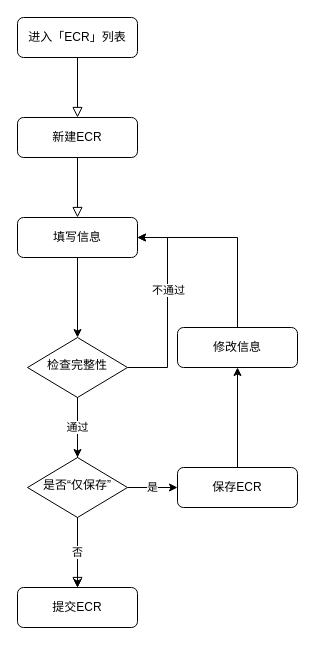
The draw.io diagram ECR/工程项目负责人变更管理流程图.drawio in Merlin218/draw-file, before the edit. Source tidied: cells renumbered, new cells numbered last; positions are measured from the earlier drawing's top-left corner, leaving out a move shared by most shapes. Both pictures are drawn from the tidied source at 100%, with x=0, y=0 at pixel (17, 17).
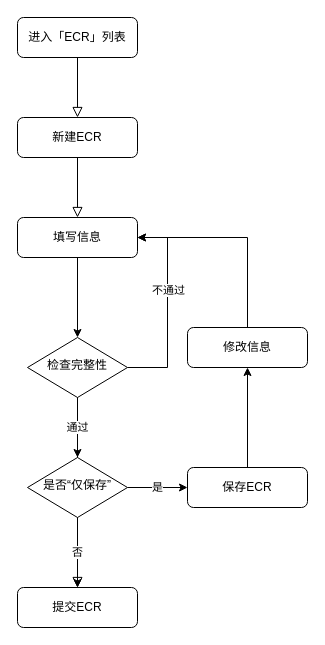
The same diagram, later.

Commit message:
更新工程项目负责人变更管理流程图.drawio

What changed in the source:
```diff
@@
-    <mxCell id="14" style="edgeStyle=orthogonalEdgeStyle;rounded=0;jettySize=auto;html=1;entryX=0.5;entryY=1;entryDx=0;entryDy=0;" parent="1" edge="1" source="15">
-      <mxGeometry relative="1" as="geometry">
-        <mxPoint x="220" y="350" as="targetPoint" />
-      </mxGeometry>
+    <mxCell id="14" style="edgeStyle=orthogonalEdgeStyle;rounded=0;jettySize=auto;html=1;entryX=0.5;entryY=1;entryDx=0;entryDy=0;" parent="1" edge="1" source="15" target="21">
+      <mxGeometry relative="1" as="geometry" />
     </mxCell>
     <mxCell id="15" value="保存ECR" style="rounded=1;whiteSpace=wrap;html=1;fontSize=12;glass=0;strokeWidth=1;shadow=0;" parent="1" vertex="1">
-      <mxGeometry x="160" y="450" width="120" height="40" as="geometry" />
+      <mxGeometry x="170" y="450" width="120" height="40" as="geometry" />
     </mxCell>
@@
     <mxCell id="21" value="修改信息" style="rounded=1;whiteSpace=wrap;html=1;fontSize=12;glass=0;strokeWidth=1;shadow=0;" parent="1" vertex="1">
-      <mxGeometry x="160" y="310" width="120" height="40" as="geometry" />
+      <mxGeometry x="170" y="310" width="120" height="40" as="geometry" />
     </mxCell>
```
